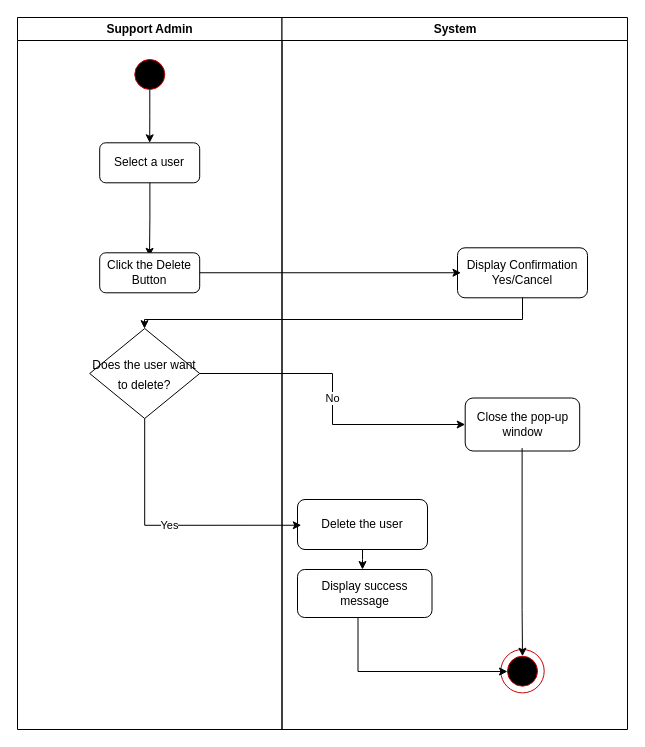
This is Activity_Diagrams/Support/DeleteSupportStaffAccount.drawio from Awrmani/AutoQuotes, a draw.io file, before an edit. Source tidied: cells renumbered, new cells numbered last; positions are measured from the earlier drawing's top-left corner, leaving out a move shared by most shapes. Both pictures are drawn from the tidied source at 100%, with x=0, y=0 at pixel (17, 17).
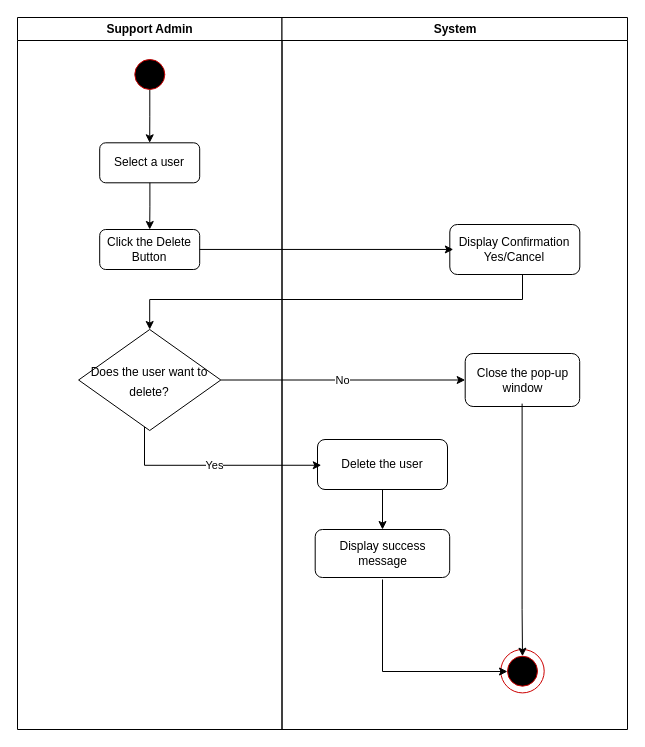
Above is the later version.

Unchanged cells that the change refers to:
```xml
<mxCell id="2" value="Support Admin " style="swimlane;whiteSpace=wrap;" parent="1" vertex="1">
  <mxGeometry width="264.5" height="712" as="geometry" />
</mxCell>
<mxCell id="5" value="Select a user" style="rounded=1;whiteSpace=wrap;html=1;" parent="2" vertex="1">
  <mxGeometry x="82.2" y="125.3" width="100" height="40" as="geometry" />
</mxCell>
<mxCell id="10" value="System" style="swimlane;whiteSpace=wrap;" parent="1" vertex="1">
  <mxGeometry x="264.5" width="345.5" height="712" as="geometry" />
</mxCell>
<mxCell id="15" style="ellipse;whiteSpace=wrap;html=1;fillColor=#000000;strokeColor=#CC0000;" parent="13" vertex="1">
  <mxGeometry x="6.7" y="6.7" width="30" height="30" as="geometry" />
</mxCell>
```

Change to the diagram source:
```diff
@@
-    <mxCell id="4" style="edgeStyle=orthogonalEdgeStyle;rounded=0;jettySize=auto;html=1;entryX=0.498;entryY=0.088;entryDx=0;entryDy=0;entryPerimeter=0;exitX=0.502;exitY=0.931;exitDx=0;exitDy=0;exitPerimeter=0;" parent="2" edge="1" source="5" target="6">
+    <mxCell id="4" style="edgeStyle=orthogonalEdgeStyle;rounded=0;jettySize=auto;html=1;entryX=0.5;entryY=0;entryDx=0;entryDy=0;exitX=0.502;exitY=0.931;exitDx=0;exitDy=0;exitPerimeter=0;" parent="2" edge="1" source="5" target="6">
       <mxGeometry relative="1" as="geometry" />
     </mxCell>
@@
     <mxCell id="6" value="Click the Delete Button" style="rounded=1;whiteSpace=wrap;html=1;" parent="2" vertex="1">
-      <mxGeometry x="82.2" y="235.3" width="100" height="40" as="geometry" />
+      <mxGeometry x="82.2" y="212" width="100" height="40" as="geometry" />
     </mxCell>
@@
     <mxCell id="9" value="&lt;span style=&quot;font-size: 12px;&quot;&gt;Does the user want to delete?&lt;br&gt;&lt;/span&gt;" style="rhombus;whiteSpace=wrap;html=1;fontSize=16;strokeColor=default;fillColor=default;" parent="2" vertex="1">
-      <mxGeometry x="72.2" y="311" width="110" height="90" as="geometry" />
+      <mxGeometry x="61.1" y="312" width="142.2" height="101" as="geometry" />
     </mxCell>
@@
     <mxCell id="11" value="Display Confirmation Yes/Cancel" style="rounded=1;whiteSpace=wrap;html=1;" parent="10" vertex="1">
-      <mxGeometry x="175.5" y="230.3" width="130" height="50" as="geometry" />
+      <mxGeometry x="167.8" y="207" width="130" height="50" as="geometry" />
     </mxCell>
     <mxCell id="12" value="Close the pop-up window" style="rounded=1;whiteSpace=wrap;html=1;" parent="10" vertex="1">
-      <mxGeometry x="183.2" y="380.5" width="114.5" height="53" as="geometry" />
+      <mxGeometry x="183.2" y="336" width="114.5" height="53" as="geometry" />
     </mxCell>
@@
-    <mxCell id="16" style="edgeStyle=orthogonalEdgeStyle;rounded=0;jettySize=auto;html=1;exitX=0.46;exitY=0.995;exitDx=0;exitDy=0;exitPerimeter=0;" parent="10" edge="1" source="20" target="15">
+    <mxCell id="16" style="edgeStyle=orthogonalEdgeStyle;rounded=0;jettySize=auto;html=1;" parent="10" edge="1" target="15">
       <mxGeometry relative="1" as="geometry">
+        <mxPoint x="100.5" y="562" as="sourcePoint" />
         <Array as="points">
-          <mxPoint x="76" y="654" />
+          <mxPoint x="101" y="654" />
         </Array>
       </mxGeometry>
     </mxCell>
@@
     <mxCell id="18" value="Delete the user" style="rounded=1;whiteSpace=wrap;html=1;" parent="10" vertex="1">
-      <mxGeometry x="15.5" y="482" width="130" height="50" as="geometry" />
+      <mxGeometry x="35.5" y="422" width="130" height="50" as="geometry" />
     </mxCell>
@@
     <mxCell id="20" value="Display success message" style="rounded=1;whiteSpace=wrap;html=1;" parent="10" vertex="1">
-      <mxGeometry x="15.5" y="552" width="134.5" height="48" as="geometry" />
+      <mxGeometry x="33.2" y="512" width="134.5" height="48" as="geometry" />
     </mxCell>
@@
-    <mxCell id="22" style="edgeStyle=orthogonalEdgeStyle;rounded=0;jettySize=auto;html=1;" parent="1" edge="1" source="11" target="9">
+    <mxCell id="22" style="edgeStyle=orthogonalEdgeStyle;rounded=0;jettySize=auto;html=1;entryX=0.5;entryY=0;entryDx=0;entryDy=0;" parent="1" edge="1" source="11" target="9">
       <mxGeometry relative="1" as="geometry">
         <Array as="points">
-          <mxPoint x="505" y="302" />
-          <mxPoint x="127" y="302" />
+          <mxPoint x="505" y="282" />
+          <mxPoint x="132" y="282" />
+          <mxPoint x="132" y="312" />
         </Array>
       </mxGeometry>
     </mxCell>
@@
     <mxCell id="24" value="Yes" style="edgeStyle=orthogonalEdgeStyle;rounded=0;jettySize=auto;html=1;entryX=0.029;entryY=0.515;entryDx=0;entryDy=0;entryPerimeter=0;" parent="1" edge="1" source="9" target="18">
       <mxGeometry relative="1" as="geometry">
         <Array as="points">
-          <mxPoint x="127" y="508" />
+          <mxPoint x="127" y="448" />
         </Array>
       </mxGeometry>
     </mxCell>
```
